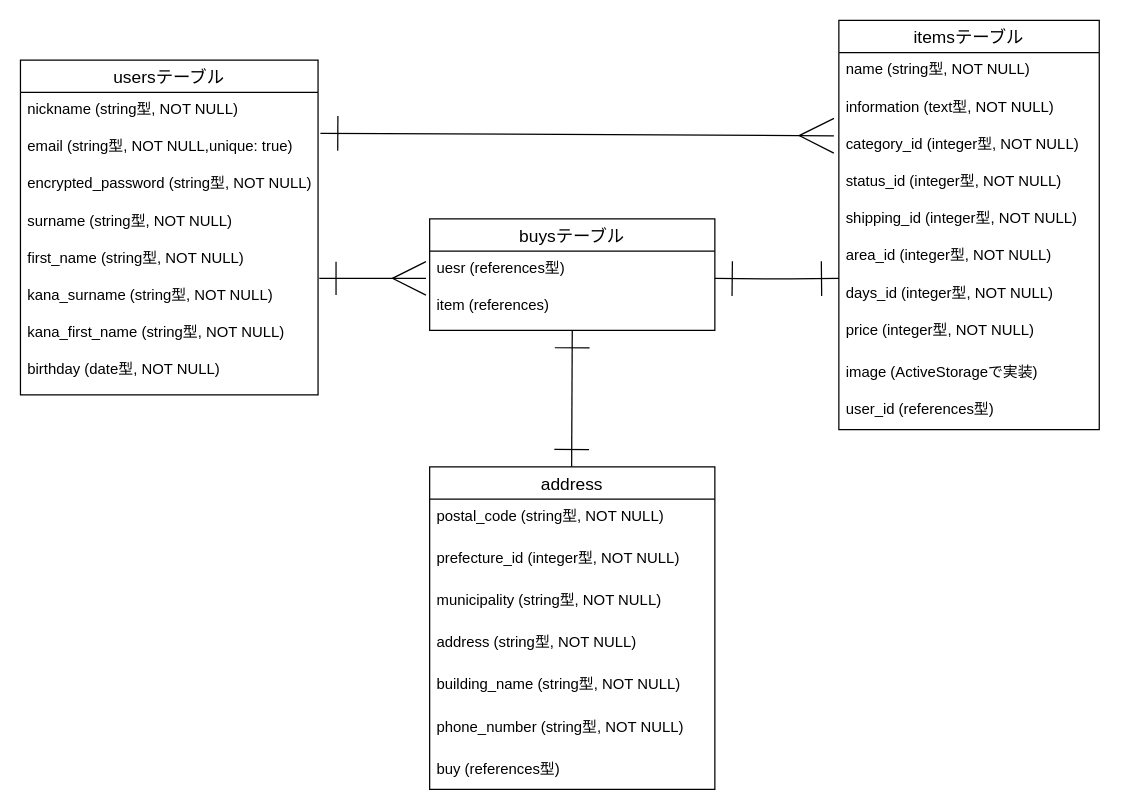
Earlier version of the draw.io diagram furima.dio (tatu0604/furima-36123). Source tidied: cells renumbered, new cells numbered last; positions are measured from the earlier drawing's top-left corner, leaving out a move shared by most shapes. Both pictures are drawn from the tidied source at 124%, with x=0, y=0 at pixel (20, 20).
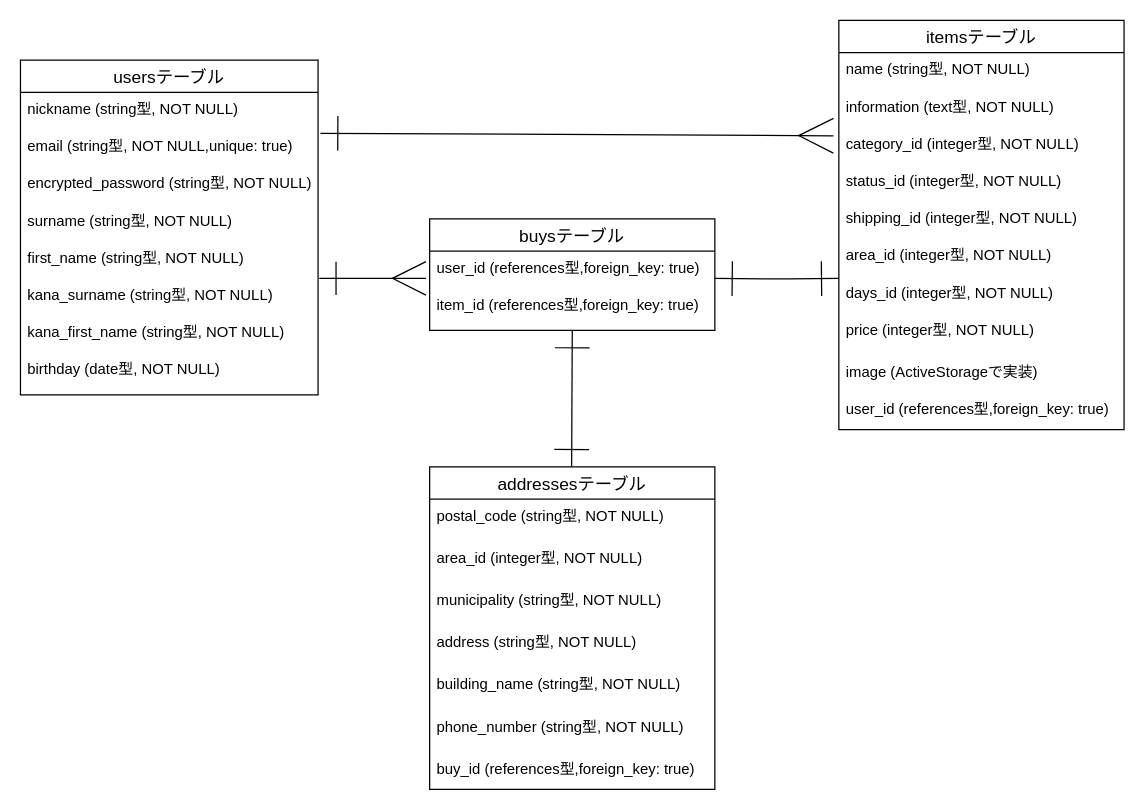
The same diagram, later.

Commit message (it also covers changes not shown here):
データベース修正4

The change refers to these unchanged cells:
```xml
<mxCell id="22" value="buysテーブル" style="swimlane;fontStyle=0;horizontal=1;startSize=26;align=center;fontSize=14;" parent="1" vertex="1">
  <mxGeometry x="330" y="160" width="230" height="90" as="geometry" />
</mxCell>
```

The edit, as a diff of the source:
```diff
@@
     <mxCell id="11" value="itemsテーブル" style="swimlane;fontStyle=0;horizontal=1;startSize=26;align=center;fontSize=14;" parent="1" vertex="1">
-      <mxGeometry x="660" width="210" height="330" as="geometry" />
+      <mxGeometry x="660" width="230" height="330" as="geometry" />
     </mxCell>
     <mxCell id="12" value="name (string型, NOT NULL)" style="text;strokeColor=none;fillColor=none;spacingLeft=4;spacingRight=4;overflow=hidden;fontSize=12;" parent="11" vertex="1">
-      <mxGeometry y="26" width="210" height="30" as="geometry" />
+      <mxGeometry y="26" width="230" height="30" as="geometry" />
     </mxCell>
     <mxCell id="13" value="information (text型, NOT NULL)&#10;&#10;" style="text;strokeColor=none;fillColor=none;spacingLeft=4;spacingRight=4;overflow=hidden;fontSize=12;" parent="11" vertex="1">
-      <mxGeometry y="56" width="210" height="30" as="geometry" />
+      <mxGeometry y="56" width="230" height="30" as="geometry" />
     </mxCell>
     <mxCell id="14" value="category_id (integer型, NOT NULL)" style="text;strokeColor=none;fillColor=none;spacingLeft=4;spacingRight=4;overflow=hidden;points=[[0,0.5],[1,0.5]];portConstraint=eastwest;fontSize=12;" parent="11" vertex="1">
-      <mxGeometry y="86" width="210" height="30" as="geometry" />
+      <mxGeometry y="86" width="230" height="30" as="geometry" />
     </mxCell>
     <mxCell id="15" value="status_id (integer型, NOT NULL)" style="text;strokeColor=none;fillColor=none;spacingLeft=4;spacingRight=4;overflow=hidden;fontSize=12;" parent="11" vertex="1">
-      <mxGeometry y="116" width="210" height="30" as="geometry" />
+      <mxGeometry y="116" width="230" height="30" as="geometry" />
     </mxCell>
     <mxCell id="16" value="shipping_id (integer型, NOT NULL)" style="text;strokeColor=none;fillColor=none;spacingLeft=4;spacingRight=4;overflow=hidden;fontSize=12;" parent="11" vertex="1">
-      <mxGeometry y="146" width="210" height="30" as="geometry" />
+      <mxGeometry y="146" width="230" height="30" as="geometry" />
     </mxCell>
     <mxCell id="17" value="area_id (integer型, NOT NULL)" style="text;strokeColor=none;fillColor=none;spacingLeft=4;spacingRight=4;overflow=hidden;fontSize=12;" parent="11" vertex="1">
-      <mxGeometry y="176" width="210" height="30" as="geometry" />
+      <mxGeometry y="176" width="230" height="30" as="geometry" />
     </mxCell>
     <mxCell id="18" value="days_id (integer型, NOT NULL)" style="text;strokeColor=none;fillColor=none;spacingLeft=4;spacingRight=4;overflow=hidden;points=[[0,0.5],[1,0.5]];portConstraint=eastwest;fontSize=12;" parent="11" vertex="1">
-      <mxGeometry y="206" width="210" height="30" as="geometry" />
+      <mxGeometry y="206" width="230" height="30" as="geometry" />
     </mxCell>
     <mxCell id="19" value="price (integer型, NOT NULL)" style="text;strokeColor=none;fillColor=none;spacingLeft=4;spacingRight=4;overflow=hidden;fontSize=12;" parent="11" vertex="1">
-      <mxGeometry y="236" width="210" height="34" as="geometry" />
+      <mxGeometry y="236" width="230" height="34" as="geometry" />
     </mxCell>
     <mxCell id="20" value="image (ActiveStorageで実装)" style="text;strokeColor=none;fillColor=none;spacingLeft=4;spacingRight=4;overflow=hidden;fontSize=12;" parent="11" vertex="1">
-      <mxGeometry y="270" width="210" height="30" as="geometry" />
+      <mxGeometry y="270" width="230" height="30" as="geometry" />
     </mxCell>
-    <mxCell id="21" value="user_id (references型)" style="text;strokeColor=none;fillColor=none;spacingLeft=4;spacingRight=4;overflow=hidden;fontSize=12;" parent="11" vertex="1">
-      <mxGeometry y="300" width="210" height="30" as="geometry" />
+    <mxCell id="21" value="user_id (references型,foreign_key: true)" style="text;strokeColor=none;fillColor=none;spacingLeft=4;spacingRight=4;overflow=hidden;fontSize=12;" parent="11" vertex="1">
+      <mxGeometry y="300" width="230" height="30" as="geometry" />
     </mxCell>
@@
-    <mxCell id="23" value="uesr (references型)" style="text;strokeColor=none;fillColor=none;spacingLeft=4;spacingRight=4;overflow=hidden;points=[[0,0.5],[1,0.5]];portConstraint=eastwest;fontSize=12;" parent="22" vertex="1">
+    <mxCell id="23" value="user_id (references型,foreign_key: true)" style="text;strokeColor=none;fillColor=none;spacingLeft=4;spacingRight=4;overflow=hidden;points=[[0,0.5],[1,0.5]];portConstraint=eastwest;fontSize=12;" parent="22" vertex="1">
       <mxGeometry y="26" width="230" height="30" as="geometry" />
     </mxCell>
-    <mxCell id="24" value="item (references)" style="text;strokeColor=none;fillColor=none;spacingLeft=4;spacingRight=4;overflow=hidden;fontSize=12;" parent="22" vertex="1">
+    <mxCell id="24" value="item_id (references型,foreign_key: true)" style="text;strokeColor=none;fillColor=none;spacingLeft=4;spacingRight=4;overflow=hidden;fontSize=12;" parent="22" vertex="1">
       <mxGeometry y="56" width="230" height="34" as="geometry" />
     </mxCell>
-    <mxCell id="25" value="address" style="swimlane;fontStyle=0;horizontal=1;startSize=26;align=center;fontSize=14;" parent="1" vertex="1">
+    <mxCell id="25" value="addressesテーブル" style="swimlane;fontStyle=0;horizontal=1;startSize=26;align=center;fontSize=14;" parent="1" vertex="1">
       <mxGeometry x="330" y="360" width="230" height="260" as="geometry" />
     </mxCell>
@@
-    <mxCell id="27" value="prefecture_id (integer型, NOT NULL)" style="text;strokeColor=none;fillColor=none;spacingLeft=4;spacingRight=4;overflow=hidden;fontSize=12;" parent="25" vertex="1">
+    <mxCell id="27" value="area_id (integer型, NOT NULL)" style="text;strokeColor=none;fillColor=none;spacingLeft=4;spacingRight=4;overflow=hidden;fontSize=12;" parent="25" vertex="1">
       <mxGeometry y="60" width="230" height="34" as="geometry" />
     </mxCell>
@@
-    <mxCell id="32" value="buy (references型)" style="text;strokeColor=none;fillColor=none;spacingLeft=4;spacingRight=4;overflow=hidden;fontSize=12;" parent="25" vertex="1">
+    <mxCell id="32" value="buy_id (references型,foreign_key: true)" style="text;strokeColor=none;fillColor=none;spacingLeft=4;spacingRight=4;overflow=hidden;fontSize=12;" parent="25" vertex="1">
       <mxGeometry y="230" width="230" height="30" as="geometry" />
     </mxCell>
```
